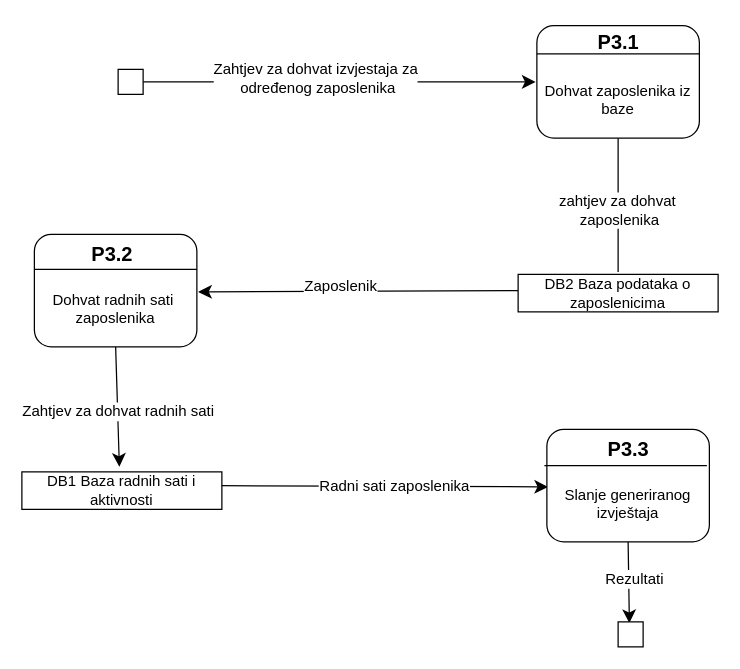
This is Specifikacija zahtjeva/Model procesa/Detaljni dijagram.drawio from JelenaPetrusic/Projektiranje-informacijskih-sustava, a draw.io file, before an edit. Source tidied: cells renumbered, new cells numbered last; positions are measured from the earlier drawing's top-left corner, leaving out a move shared by most shapes. Both pictures are drawn from the tidied source at 125%, with x=0, y=0 at pixel (21, 21).
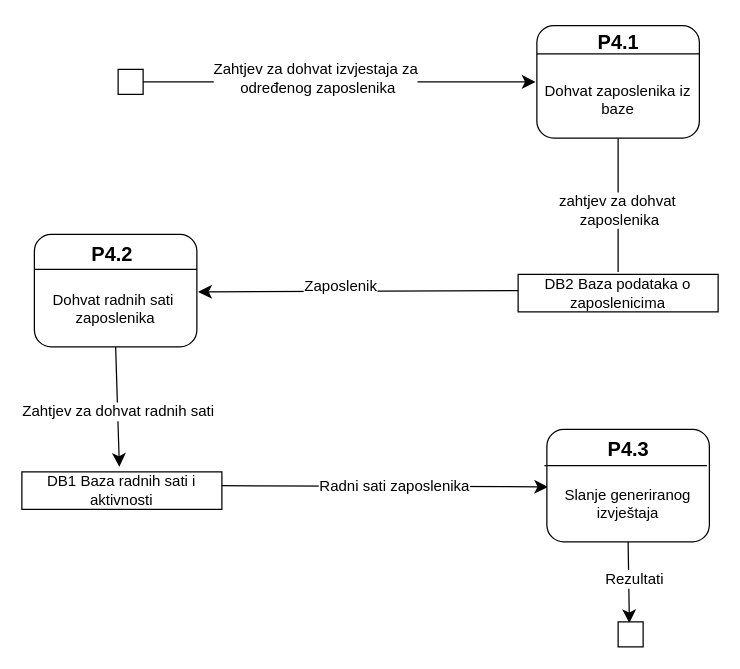
The same diagram, later.

What changed in the source:
```diff
@@
-    <mxCell id="24" value="&lt;b&gt;P3.1&lt;/b&gt;" style="text;html=1;align=center;verticalAlign=middle;strokeColor=none;fillColor=none;fontSize=16;" parent="1" vertex="1">
+    <mxCell id="24" value="&lt;b&gt;P4.1&lt;/b&gt;" style="text;html=1;align=center;verticalAlign=middle;strokeColor=none;fillColor=none;fontSize=16;" parent="1" vertex="1">
       <mxGeometry x="451.5" width="51" height="31" as="geometry" />
     </mxCell>
-    <mxCell id="25" value="&lt;b&gt;P3.2&lt;/b&gt;" style="text;html=1;align=center;verticalAlign=middle;strokeColor=none;fillColor=none;fontSize=16;" parent="1" vertex="1">
+    <mxCell id="25" value="&lt;b&gt;P4.2&lt;/b&gt;" style="text;html=1;align=center;verticalAlign=middle;strokeColor=none;fillColor=none;fontSize=16;" parent="1" vertex="1">
       <mxGeometry x="46" y="170" width="51" height="31" as="geometry" />
     </mxCell>
-    <mxCell id="26" value="&lt;b&gt;P3.3&lt;/b&gt;" style="text;html=1;align=center;verticalAlign=middle;strokeColor=none;fillColor=none;fontSize=16;" parent="1" vertex="1">
+    <mxCell id="26" value="&lt;b&gt;P4.3&lt;/b&gt;" style="text;html=1;align=center;verticalAlign=middle;strokeColor=none;fillColor=none;fontSize=16;" parent="1" vertex="1">
       <mxGeometry x="459.5" y="326" width="51" height="31" as="geometry" />
     </mxCell>
```
